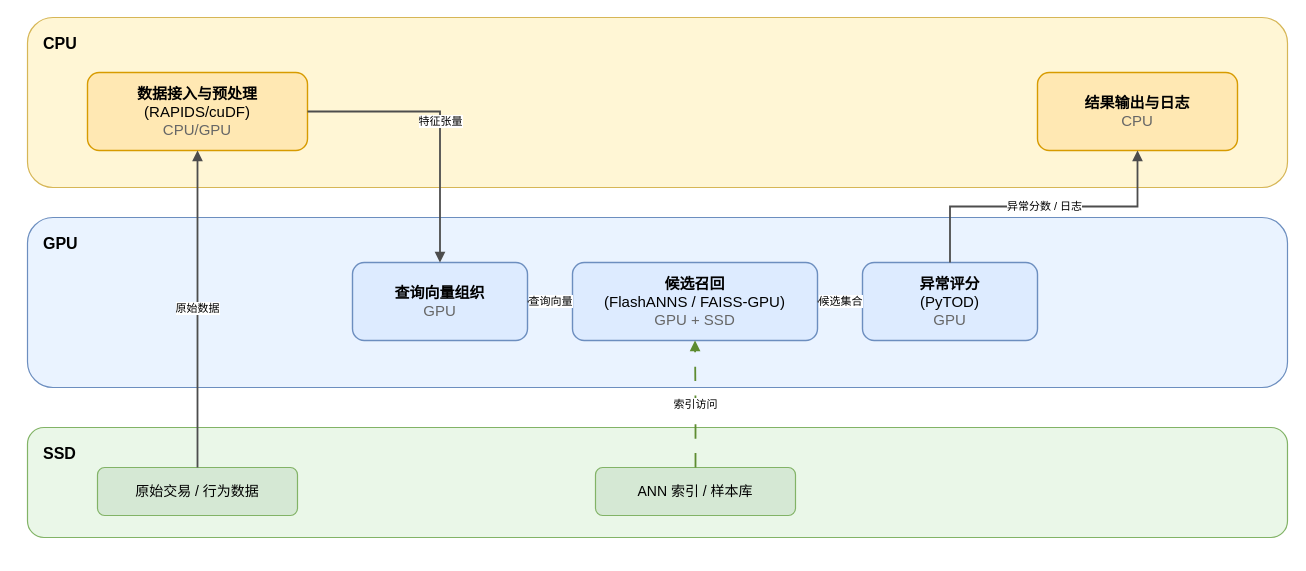
This is sysuthesis/figures/fig4_1_single_gpu_system_architecture.drawio from HuangEven/sysuthesis, a draw.io file, before an edit. Source tidied: cells renumbered, new cells numbered last; positions are measured from the earlier drawing's top-left corner, leaving out a move shared by most shapes. Both pictures are drawn from the tidied source at 100%, with x=0, y=0 at pixel (27, 17).
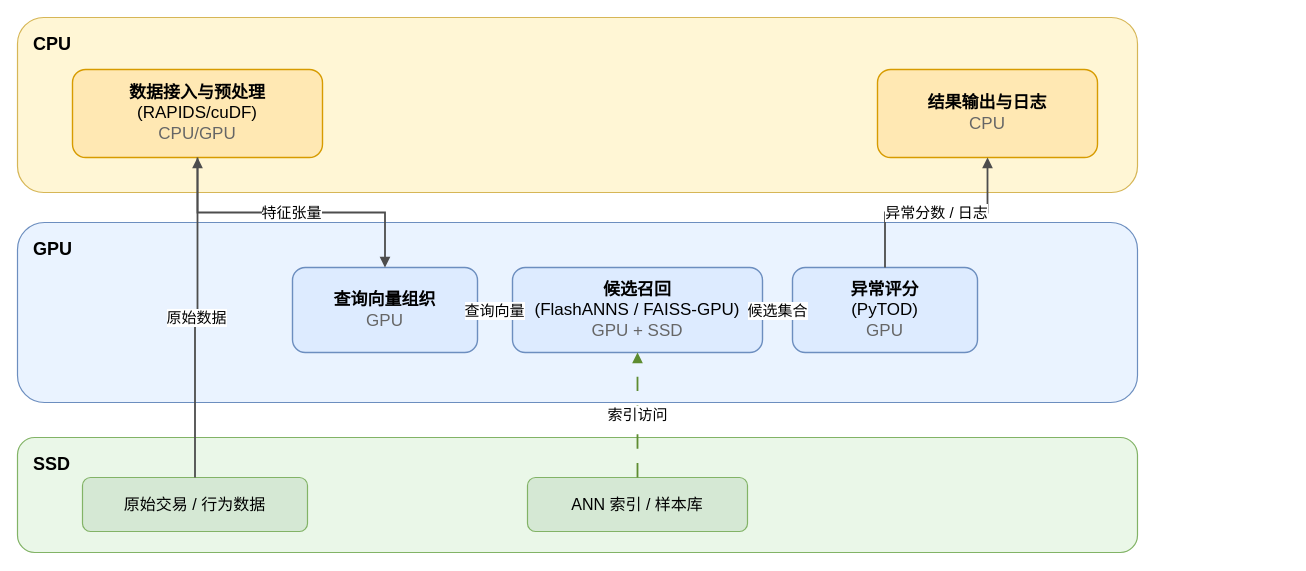
The same page after the edit.

What changed in the source:
```diff
@@
 <mxGraphModel>
   <root>
     <mxCell id="0" />
     <mxCell id="1" parent="0" />
-    <mxCell id="2" value="CPU" style="rounded=1;whiteSpace=wrap;html=1;align=left;verticalAlign=top;spacingLeft=14;spacingTop=10;fontStyle=1;fontSize=16;fillColor=#FFF6D5;strokeColor=#D6B656;strokeWidth=1.2;" parent="1" vertex="1">
-      <mxGeometry width="1260" height="170" as="geometry" />
+    <mxCell id="2" value="CPU" style="rounded=1;whiteSpace=wrap;html=1;align=left;verticalAlign=top;spacingLeft=14;spacingTop=10;fontStyle=1;fontSize=18;fillColor=#FFF6D5;strokeColor=#D6B656;strokeWidth=1.2;fontFamily=PingFang SC;" parent="1" vertex="1">
+      <mxGeometry x="-10" width="1120" height="175" as="geometry" />
     </mxCell>
-    <mxCell id="3" value="GPU" style="rounded=1;whiteSpace=wrap;html=1;align=left;verticalAlign=top;spacingLeft=14;spacingTop=10;fontStyle=1;fontSize=16;fillColor=#EAF3FF;strokeColor=#6C8EBF;strokeWidth=1.2;" parent="1" vertex="1">
-      <mxGeometry y="200" width="1260" height="170" as="geometry" />
+    <mxCell id="3" value="GPU" style="rounded=1;whiteSpace=wrap;html=1;align=left;verticalAlign=top;spacingLeft=14;spacingTop=10;fontStyle=1;fontSize=18;fillColor=#EAF3FF;strokeColor=#6C8EBF;strokeWidth=1.2;fontFamily=PingFang SC;" parent="1" vertex="1">
+      <mxGeometry x="-10" y="205" width="1120" height="180" as="geometry" />
     </mxCell>
-    <mxCell id="4" value="SSD" style="rounded=1;whiteSpace=wrap;html=1;align=left;verticalAlign=top;spacingLeft=14;spacingTop=10;fontStyle=1;fontSize=16;fillColor=#EAF7E8;strokeColor=#82B366;strokeWidth=1.2;" parent="1" vertex="1">
-      <mxGeometry y="410" width="1260" height="110" as="geometry" />
+    <mxCell id="4" value="SSD" style="rounded=1;whiteSpace=wrap;html=1;align=left;verticalAlign=top;spacingLeft=14;spacingTop=10;fontStyle=1;fontSize=18;fillColor=#EAF7E8;strokeColor=#82B366;strokeWidth=1.2;fontFamily=PingFang SC;" parent="1" vertex="1">
+      <mxGeometry x="-10" y="420" width="1120" height="115" as="geometry" />
     </mxCell>
-    <mxCell id="5" value="&lt;b&gt;数据接入与预处理&lt;/b&gt;&lt;br&gt;(RAPIDS/cuDF)&lt;br&gt;&lt;font color=&quot;#666666&quot;&gt;CPU/GPU&lt;/font&gt;" style="rounded=1;whiteSpace=wrap;html=1;align=center;verticalAlign=middle;fontSize=15;fillColor=#FFE8B3;strokeColor=#D79B00;strokeWidth=1.4;" parent="1" vertex="1">
-      <mxGeometry x="60" y="55" width="220" height="78" as="geometry" />
+    <mxCell id="5" value="&lt;b&gt;数据接入与预处理&lt;/b&gt;&lt;br&gt;(RAPIDS/cuDF)&lt;br&gt;&lt;font color=&quot;#666666&quot;&gt;CPU/GPU&lt;/font&gt;" style="rounded=1;whiteSpace=wrap;html=1;align=center;verticalAlign=middle;fontSize=17;fillColor=#FFE8B3;strokeColor=#D79B00;strokeWidth=1.4;fontFamily=PingFang SC;" parent="1" vertex="1">
+      <mxGeometry x="45" y="52" width="250" height="88" as="geometry" />
     </mxCell>
-    <mxCell id="6" value="&lt;b&gt;结果输出与日志&lt;/b&gt;&lt;br&gt;&lt;font color=&quot;#666666&quot;&gt;CPU&lt;/font&gt;" style="rounded=1;whiteSpace=wrap;html=1;align=center;verticalAlign=middle;fontSize=15;fillColor=#FFE8B3;strokeColor=#D79B00;strokeWidth=1.4;" parent="1" vertex="1">
-      <mxGeometry x="1010" y="55" width="200" height="78" as="geometry" />
+    <mxCell id="6" value="&lt;b&gt;结果输出与日志&lt;/b&gt;&lt;br&gt;&lt;font color=&quot;#666666&quot;&gt;CPU&lt;/font&gt;" style="rounded=1;whiteSpace=wrap;html=1;align=center;verticalAlign=middle;fontSize=17;fillColor=#FFE8B3;strokeColor=#D79B00;strokeWidth=1.4;fontFamily=PingFang SC;" parent="1" vertex="1">
+      <mxGeometry x="850" y="52" width="220" height="88" as="geometry" />
     </mxCell>
-    <mxCell id="7" value="&lt;b&gt;查询向量组织&lt;/b&gt;&lt;br&gt;&lt;font color=&quot;#666666&quot;&gt;GPU&lt;/font&gt;" style="rounded=1;whiteSpace=wrap;html=1;align=center;verticalAlign=middle;fontSize=15;fillColor=#DDEBFF;strokeColor=#6C8EBF;strokeWidth=1.4;" parent="1" vertex="1">
-      <mxGeometry x="325" y="245" width="175" height="78" as="geometry" />
+    <mxCell id="7" value="&lt;b&gt;查询向量组织&lt;/b&gt;&lt;br&gt;&lt;font color=&quot;#666666&quot;&gt;GPU&lt;/font&gt;" style="rounded=1;whiteSpace=wrap;html=1;align=center;verticalAlign=middle;fontSize=17;fillColor=#DDEBFF;strokeColor=#6C8EBF;strokeWidth=1.4;fontFamily=PingFang SC;" parent="1" vertex="1">
+      <mxGeometry x="265" y="250" width="185" height="85" as="geometry" />
     </mxCell>
-    <mxCell id="8" value="&lt;b&gt;候选召回&lt;/b&gt;&lt;br&gt;(FlashANNS / FAISS-GPU)&lt;br&gt;&lt;font color=&quot;#666666&quot;&gt;GPU + SSD&lt;/font&gt;" style="rounded=1;whiteSpace=wrap;html=1;align=center;verticalAlign=middle;fontSize=15;fillColor=#DDEBFF;strokeColor=#6C8EBF;strokeWidth=1.4;" parent="1" vertex="1">
-      <mxGeometry x="545" y="245" width="245" height="78" as="geometry" />
+    <mxCell id="8" value="&lt;b&gt;候选召回&lt;/b&gt;&lt;br&gt;(FlashANNS / FAISS-GPU)&lt;br&gt;&lt;font color=&quot;#666666&quot;&gt;GPU + SSD&lt;/font&gt;" style="rounded=1;whiteSpace=wrap;html=1;align=center;verticalAlign=middle;fontSize=17;fillColor=#DDEBFF;strokeColor=#6C8EBF;strokeWidth=1.4;fontFamily=PingFang SC;" parent="1" vertex="1">
+      <mxGeometry x="485" y="250" width="250" height="85" as="geometry" />
     </mxCell>
-    <mxCell id="9" value="&lt;b&gt;异常评分&lt;/b&gt;&lt;br&gt;(PyTOD)&lt;br&gt;&lt;font color=&quot;#666666&quot;&gt;GPU&lt;/font&gt;" style="rounded=1;whiteSpace=wrap;html=1;align=center;verticalAlign=middle;fontSize=15;fillColor=#DDEBFF;strokeColor=#6C8EBF;strokeWidth=1.4;" parent="1" vertex="1">
-      <mxGeometry x="835" y="245" width="175" height="78" as="geometry" />
+    <mxCell id="9" value="&lt;b&gt;异常评分&lt;/b&gt;&lt;br&gt;(PyTOD)&lt;br&gt;&lt;font color=&quot;#666666&quot;&gt;GPU&lt;/font&gt;" style="rounded=1;whiteSpace=wrap;html=1;align=center;verticalAlign=middle;fontSize=17;fillColor=#DDEBFF;strokeColor=#6C8EBF;strokeWidth=1.4;fontFamily=PingFang SC;" parent="1" vertex="1">
+      <mxGeometry x="765" y="250" width="185" height="85" as="geometry" />
     </mxCell>
-    <mxCell id="10" value="原始交易 / 行为数据" style="rounded=1;whiteSpace=wrap;html=1;align=center;verticalAlign=middle;fontSize=14;fillColor=#D5E8D4;strokeColor=#82B366;strokeWidth=1.2;" parent="1" vertex="1">
-      <mxGeometry x="70" y="450" width="200" height="48" as="geometry" />
+    <mxCell id="10" value="原始交易 / 行为数据" style="rounded=1;whiteSpace=wrap;html=1;align=center;verticalAlign=middle;fontSize=16;fillColor=#D5E8D4;strokeColor=#82B366;strokeWidth=1.2;fontFamily=PingFang SC;" parent="1" vertex="1">
+      <mxGeometry x="55" y="460" width="225" height="54" as="geometry" />
     </mxCell>
-    <mxCell id="11" value="ANN 索引 / 样本库" style="rounded=1;whiteSpace=wrap;html=1;align=center;verticalAlign=middle;fontSize=14;fillColor=#D5E8D4;strokeColor=#82B366;strokeWidth=1.2;" parent="1" vertex="1">
-      <mxGeometry x="568" y="450" width="200" height="48" as="geometry" />
+    <mxCell id="11" value="ANN 索引 / 样本库" style="rounded=1;whiteSpace=wrap;html=1;align=center;verticalAlign=middle;fontSize=16;fillColor=#D5E8D4;strokeColor=#82B366;strokeWidth=1.2;fontFamily=PingFang SC;" parent="1" vertex="1">
+      <mxGeometry x="500" y="460" width="220" height="54" as="geometry" />
     </mxCell>
-    <mxCell id="12" value="原始数据" style="edgeStyle=orthogonalEdgeStyle;rounded=0;jettySize=auto;html=1;strokeWidth=1.8;strokeColor=#4D4D4D;endArrow=block;endFill=1;labelBackgroundColor=#FFFFFF;" parent="1" edge="1" source="10" target="5">
+    <mxCell id="12" value="原始数据" style="edgeStyle=orthogonalEdgeStyle;rounded=0;jettySize=auto;html=1;strokeWidth=1.8;strokeColor=#4D4D4D;endArrow=block;endFill=1;labelBackgroundColor=#FFFFFF;fontSize=15;fontFamily=PingFang SC;" parent="1" edge="1" source="10" target="5">
       <mxGeometry relative="1" as="geometry" />
     </mxCell>
-    <mxCell id="13" value="特征张量" style="edgeStyle=orthogonalEdgeStyle;rounded=0;jettySize=auto;html=1;strokeWidth=1.8;strokeColor=#4D4D4D;endArrow=block;endFill=1;labelBackgroundColor=#FFFFFF;" parent="1" edge="1" source="5" target="7">
+    <mxCell id="13" value="特征张量" style="edgeStyle=orthogonalEdgeStyle;rounded=0;jettySize=auto;html=1;strokeWidth=1.8;strokeColor=#4D4D4D;endArrow=block;endFill=1;labelBackgroundColor=#FFFFFF;fontSize=15;fontFamily=PingFang SC;" parent="1" edge="1" source="5" target="7">
       <mxGeometry relative="1" as="geometry" />
     </mxCell>
-    <mxCell id="14" value="查询向量" style="edgeStyle=orthogonalEdgeStyle;rounded=0;jettySize=auto;html=1;strokeWidth=1.8;strokeColor=#4D4D4D;endArrow=block;endFill=1;labelBackgroundColor=#FFFFFF;" parent="1" edge="1" source="7" target="8">
+    <mxCell id="14" value="查询向量" style="edgeStyle=orthogonalEdgeStyle;rounded=0;jettySize=auto;html=1;strokeWidth=1.8;strokeColor=#4D4D4D;endArrow=block;endFill=1;labelBackgroundColor=#FFFFFF;fontSize=15;fontFamily=PingFang SC;" parent="1" edge="1" source="7" target="8">
       <mxGeometry relative="1" as="geometry" />
     </mxCell>
-    <mxCell id="15" value="索引访问" style="edgeStyle=orthogonalEdgeStyle;rounded=0;jettySize=auto;html=1;strokeWidth=1.8;strokeColor=#5E8C31;dashed=1;dashPattern=8 8;endArrow=block;endFill=1;labelBackgroundColor=#FFFFFF;" parent="1" edge="1" source="11" target="8">
+    <mxCell id="15" value="索引访问" style="edgeStyle=orthogonalEdgeStyle;rounded=0;jettySize=auto;html=1;strokeWidth=1.8;strokeColor=#5E8C31;dashed=1;dashPattern=8 8;endArrow=block;endFill=1;labelBackgroundColor=#FFFFFF;fontSize=15;fontFamily=PingFang SC;" parent="1" edge="1" source="11" target="8">
       <mxGeometry relative="1" as="geometry" />
     </mxCell>
-    <mxCell id="16" value="候选集合" style="edgeStyle=orthogonalEdgeStyle;rounded=0;jettySize=auto;html=1;strokeWidth=1.8;strokeColor=#4D4D4D;endArrow=block;endFill=1;labelBackgroundColor=#FFFFFF;" parent="1" edge="1" source="8" target="9">
+    <mxCell id="16" value="候选集合" style="edgeStyle=orthogonalEdgeStyle;rounded=0;jettySize=auto;html=1;strokeWidth=1.8;strokeColor=#4D4D4D;endArrow=block;endFill=1;labelBackgroundColor=#FFFFFF;fontSize=15;fontFamily=PingFang SC;" parent="1" edge="1" source="8" target="9">
       <mxGeometry relative="1" as="geometry" />
     </mxCell>
-    <mxCell id="17" value="异常分数 / 日志" style="edgeStyle=orthogonalEdgeStyle;rounded=0;jettySize=auto;html=1;strokeWidth=1.8;strokeColor=#4D4D4D;endArrow=block;endFill=1;labelBackgroundColor=#FFFFFF;" parent="1" edge="1" source="9" target="6">
+    <mxCell id="17" value="异常分数 / 日志" style="edgeStyle=orthogonalEdgeStyle;rounded=0;jettySize=auto;html=1;strokeWidth=1.8;strokeColor=#4D4D4D;endArrow=block;endFill=1;labelBackgroundColor=#FFFFFF;fontSize=15;fontFamily=PingFang SC;" parent="1" edge="1" source="9" target="6">
       <mxGeometry relative="1" as="geometry" />
     </mxCell>
   </root>
 </mxGraphModel>
```
